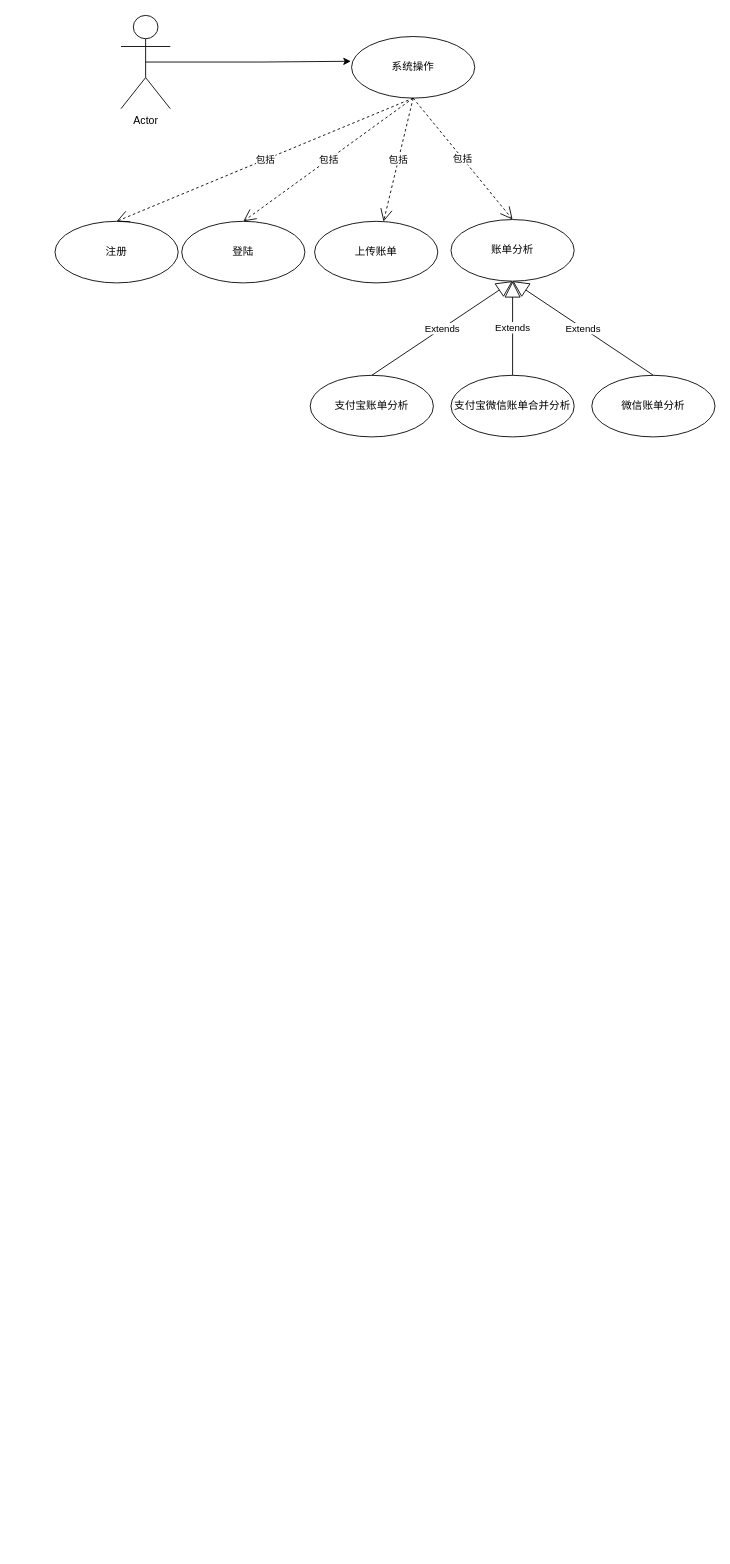
This is software.drawio from happy-lx/drawio, a draw.io file, before an edit. Source tidied: cells renumbered, new cells numbered last; positions are measured from the earlier drawing's top-left corner, leaving out a move shared by most shapes. Both pictures are drawn from the tidied source at 88%, with x=0, y=0 at pixel (55, 15).
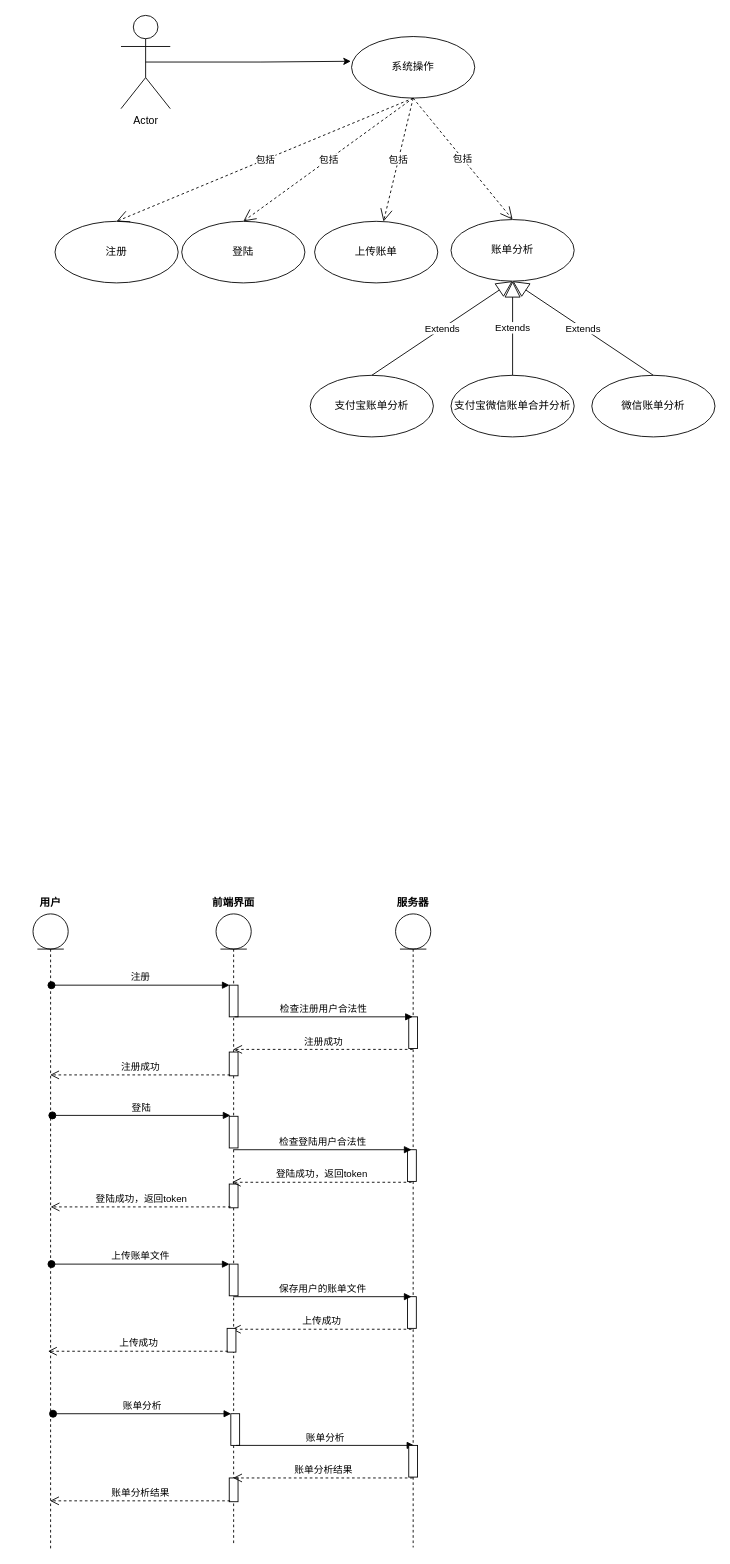
The same page after the edit.

The edit, as a diff of the source:
```diff
@@
+    <mxCell id="19" style="shape=umlLifeline;participant=umlEntity;perimeter=lifelinePerimeter;whiteSpace=wrap;html=1;verticalAlign=top;spacingTop=36;outlineConnect=0;fillColor=default;gradientColor=none;" parent="1" vertex="1">
+      <mxGeometry x="-25" y="1021" width="40" height="721" as="geometry" />
+    </mxCell>
+    <mxCell id="20" style="shape=umlLifeline;participant=umlEntity;perimeter=lifelinePerimeter;whiteSpace=wrap;html=1;verticalAlign=top;spacingTop=36;outlineConnect=0;fillColor=default;gradientColor=none;" parent="1" vertex="1">
+      <mxGeometry x="183" y="1021" width="40" height="716" as="geometry" />
+    </mxCell>
+    <mxCell id="21" style="html=1;points=[];perimeter=orthogonalPerimeter;fillColor=default;gradientColor=none;" parent="20" vertex="1">
+      <mxGeometry x="15" y="81" width="10" height="36" as="geometry" />
+    </mxCell>
+    <mxCell id="22" style="html=1;perimeter=orthogonalPerimeter;fillColor=default;gradientColor=none;" parent="20" vertex="1">
+      <mxGeometry x="15" y="230" width="10" height="36" as="geometry" />
+    </mxCell>
+    <mxCell id="23" style="html=1;perimeter=orthogonalPerimeter;fillColor=default;gradientColor=none;" parent="20" vertex="1">
+      <mxGeometry x="15" y="157" width="10" height="27" as="geometry" />
+    </mxCell>
+    <mxCell id="24" style="html=1;perimeter=orthogonalPerimeter;fillColor=default;gradientColor=none;" parent="20" vertex="1">
+      <mxGeometry x="15" y="307" width="10" height="27" as="geometry" />
+    </mxCell>
+    <mxCell id="25" style="html=1;points=[];perimeter=orthogonalPerimeter;fillColor=default;gradientColor=none;" parent="20" vertex="1">
+      <mxGeometry x="15" y="398" width="10" height="36" as="geometry" />
+    </mxCell>
+    <mxCell id="26" value="上传账单文件" style="html=1;verticalAlign=bottom;startArrow=oval;endArrow=block;startSize=8;rounded=0;entryX=0.033;entryY=0.001;entryDx=0;entryDy=0;entryPerimeter=0;" parent="20" edge="1" target="25">
+      <mxGeometry relative="1" as="geometry">
+        <mxPoint x="-187" y="398" as="sourcePoint" />
+      </mxGeometry>
+    </mxCell>
+    <mxCell id="27" style="html=1;points=[];perimeter=orthogonalPerimeter;fillColor=default;gradientColor=none;" parent="20" vertex="1">
+      <mxGeometry x="16.8" y="568" width="10" height="36" as="geometry" />
+    </mxCell>
+    <mxCell id="28" value="账单分析" style="html=1;verticalAlign=bottom;startArrow=oval;endArrow=block;startSize=8;rounded=0;entryX=0.033;entryY=0.001;entryDx=0;entryDy=0;entryPerimeter=0;" parent="20" edge="1" target="27">
+      <mxGeometry relative="1" as="geometry">
+        <mxPoint x="-185.2" y="568" as="sourcePoint" />
+      </mxGeometry>
+    </mxCell>
+    <mxCell id="29" value="账单分析" style="html=1;verticalAlign=bottom;endArrow=block;rounded=0;" parent="20" edge="1">
+      <mxGeometry relative="1" as="geometry">
+        <mxPoint x="22.8" y="604" as="sourcePoint" />
+        <mxPoint x="225.2" y="604" as="targetPoint" />
+      </mxGeometry>
+    </mxCell>
+    <mxCell id="30" style="html=1;perimeter=orthogonalPerimeter;fillColor=default;gradientColor=none;" parent="20" vertex="1">
+      <mxGeometry x="15" y="641" width="10" height="27" as="geometry" />
+    </mxCell>
+    <mxCell id="31" value="账单分析结果" style="html=1;verticalAlign=bottom;endArrow=open;dashed=1;endSize=8;rounded=0;" parent="20" edge="1">
+      <mxGeometry relative="1" as="geometry">
+        <mxPoint x="16" y="667" as="sourcePoint" />
+        <mxPoint x="-188.6" y="667" as="targetPoint" />
+      </mxGeometry>
+    </mxCell>
+    <mxCell id="32" style="shape=umlLifeline;participant=umlEntity;perimeter=lifelinePerimeter;whiteSpace=wrap;html=1;verticalAlign=top;spacingTop=36;outlineConnect=0;fillColor=default;gradientColor=none;" parent="1" vertex="1">
+      <mxGeometry x="387" y="1021" width="40" height="720" as="geometry" />
+    </mxCell>
+    <mxCell id="33" style="html=1;perimeter=orthogonalPerimeter;fillColor=default;gradientColor=none;" parent="32" vertex="1">
+      <mxGeometry x="15" y="117" width="10" height="36" as="geometry" />
+    </mxCell>
+    <mxCell id="34" style="html=1;perimeter=orthogonalPerimeter;fillColor=default;gradientColor=none;" parent="32" vertex="1">
+      <mxGeometry x="15" y="604" width="10" height="36" as="geometry" />
+    </mxCell>
+    <mxCell id="35" value="账单分析结果" style="html=1;verticalAlign=bottom;endArrow=open;dashed=1;endSize=8;rounded=0;" parent="32" edge="1">
+      <mxGeometry relative="1" as="geometry">
+        <mxPoint x="19.5" y="641" as="sourcePoint" />
+        <mxPoint x="-184.6" y="641" as="targetPoint" />
+        <Array as="points">
+          <mxPoint x="-42" y="641" />
+        </Array>
+      </mxGeometry>
+    </mxCell>
+    <mxCell id="36" value="注册" style="html=1;verticalAlign=bottom;startArrow=oval;endArrow=block;startSize=8;rounded=0;entryX=0.033;entryY=0.001;entryDx=0;entryDy=0;entryPerimeter=0;" parent="1" edge="1" target="21">
+      <mxGeometry relative="1" as="geometry">
+        <mxPoint x="-4" y="1102" as="sourcePoint" />
+      </mxGeometry>
+    </mxCell>
+    <mxCell id="37" value="检查注册用户合法性" style="html=1;verticalAlign=bottom;endArrow=block;rounded=0;" parent="1" edge="1" target="32">
+      <mxGeometry relative="1" as="geometry">
+        <mxPoint x="204" y="1138" as="sourcePoint" />
+      </mxGeometry>
+    </mxCell>
+    <mxCell id="38" value="注册成功" style="html=1;verticalAlign=bottom;endArrow=open;dashed=1;endSize=8;rounded=0;" parent="1" edge="1" source="32" target="20">
+      <mxGeometry relative="1" as="geometry">
+        <Array as="points">
+          <mxPoint x="345" y="1175" />
+        </Array>
+      </mxGeometry>
+    </mxCell>
+    <mxCell id="39" value="注册成功" style="html=1;verticalAlign=bottom;endArrow=open;dashed=1;endSize=8;rounded=0;" parent="1" edge="1" target="19">
+      <mxGeometry relative="1" as="geometry">
+        <mxPoint x="199" y="1204" as="sourcePoint" />
+      </mxGeometry>
+    </mxCell>
+    <mxCell id="40" value="登陆" style="html=1;verticalAlign=bottom;startArrow=oval;endArrow=block;startSize=8;rounded=0;entryX=0.033;entryY=0.001;entryDx=0;entryDy=0;entryPerimeter=0;" parent="1" edge="1">
+      <mxGeometry relative="1" as="geometry">
+        <mxPoint x="-3" y="1250" as="sourcePoint" />
+        <mxPoint x="199.3" y="1250" as="targetPoint" />
+      </mxGeometry>
+    </mxCell>
+    <mxCell id="41" style="html=1;perimeter=orthogonalPerimeter;fillColor=default;gradientColor=none;" parent="1" vertex="1">
+      <mxGeometry x="400.6" y="1289" width="10" height="36" as="geometry" />
+    </mxCell>
+    <mxCell id="42" value="检查登陆用户合法性" style="html=1;verticalAlign=bottom;endArrow=block;rounded=0;" parent="1" edge="1">
+      <mxGeometry relative="1" as="geometry">
+        <mxPoint x="202.6" y="1289" as="sourcePoint" />
+        <mxPoint x="405.1" y="1289" as="targetPoint" />
+      </mxGeometry>
+    </mxCell>
+    <mxCell id="43" value="登陆成功，返回token" style="html=1;verticalAlign=bottom;endArrow=open;dashed=1;endSize=8;rounded=0;" parent="1" edge="1">
+      <mxGeometry relative="1" as="geometry">
+        <mxPoint x="405.1" y="1326" as="sourcePoint" />
+        <mxPoint x="201" y="1326" as="targetPoint" />
+        <Array as="points">
+          <mxPoint x="343.6" y="1326" />
+        </Array>
+      </mxGeometry>
+    </mxCell>
+    <mxCell id="44" value="登陆成功，返回token" style="html=1;verticalAlign=bottom;endArrow=open;dashed=1;endSize=8;rounded=0;" parent="1" edge="1">
+      <mxGeometry relative="1" as="geometry">
+        <mxPoint x="199.6" y="1354" as="sourcePoint" />
+        <mxPoint x="-5" y="1354" as="targetPoint" />
+      </mxGeometry>
+    </mxCell>
+    <mxCell id="45" style="html=1;perimeter=orthogonalPerimeter;fillColor=default;gradientColor=none;" parent="1" vertex="1">
+      <mxGeometry x="400.6" y="1456" width="10" height="36" as="geometry" />
+    </mxCell>
+    <mxCell id="46" value="保存用户的账单文件" style="html=1;verticalAlign=bottom;endArrow=block;rounded=0;" parent="1" edge="1">
+      <mxGeometry relative="1" as="geometry">
+        <mxPoint x="202.6" y="1456" as="sourcePoint" />
+        <mxPoint x="405.1" y="1456" as="targetPoint" />
+      </mxGeometry>
+    </mxCell>
+    <mxCell id="47" value="上传成功" style="html=1;verticalAlign=bottom;endArrow=open;dashed=1;endSize=8;rounded=0;" parent="1" edge="1">
+      <mxGeometry relative="1" as="geometry">
+        <mxPoint x="405.1" y="1493" as="sourcePoint" />
+        <mxPoint x="201" y="1493" as="targetPoint" />
+        <Array as="points">
+          <mxPoint x="343.6" y="1493" />
+        </Array>
+      </mxGeometry>
+    </mxCell>
+    <mxCell id="48" style="html=1;perimeter=orthogonalPerimeter;fillColor=default;gradientColor=none;" parent="1" vertex="1">
+      <mxGeometry x="195.6" y="1492" width="10" height="27" as="geometry" />
+    </mxCell>
+    <mxCell id="49" value="上传成功" style="html=1;verticalAlign=bottom;endArrow=open;dashed=1;endSize=8;rounded=0;" parent="1" edge="1">
+      <mxGeometry relative="1" as="geometry">
+        <mxPoint x="196.6" y="1518" as="sourcePoint" />
+        <mxPoint x="-8" y="1518" as="targetPoint" />
+      </mxGeometry>
+    </mxCell>
+    <mxCell id="50" value="用户" style="text;align=center;fontStyle=1;verticalAlign=middle;spacingLeft=3;spacingRight=3;strokeColor=none;fillColor=none;gradientColor=none;" parent="1" vertex="1">
+      <mxGeometry x="-45" y="995" width="80" height="26" as="geometry" />
+    </mxCell>
+    <mxCell id="51" value="前端界面" style="text;align=center;fontStyle=1;verticalAlign=middle;spacingLeft=3;spacingRight=3;strokeColor=none;fillColor=none;gradientColor=none;" parent="1" vertex="1">
+      <mxGeometry x="163" y="995" width="80" height="26" as="geometry" />
+    </mxCell>
+    <mxCell id="52" value="服务器" style="text;align=center;fontStyle=1;verticalAlign=middle;spacingLeft=3;spacingRight=3;strokeColor=none;fillColor=none;gradientColor=none;" parent="1" vertex="1">
+      <mxGeometry x="367" y="995" width="80" height="26" as="geometry" />
+    </mxCell>
```
